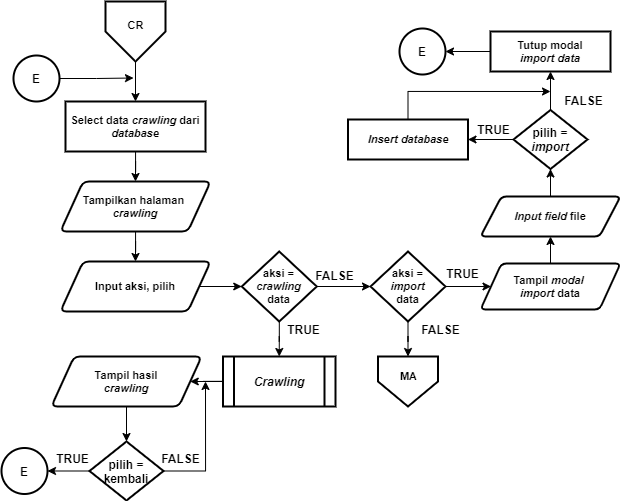
muspriandi/TextMining-SentimentAnalysis keeps this draw.io diagram as Dokumen TA/Paper/Flowchart/M8. Flowchart menu crawling.png. Above is the earlier version. Source tidied: cells renumbered, new cells last; positions are measured from the earlier drawing's top-left corner, leaving out a move shared by most shapes. Source of this version:
```xml
<mxGraphModel>
  <root>
    <mxCell id="0" />
    <mxCell id="1" parent="0" />
    <mxCell id="2" style="edgeStyle=orthogonalEdgeStyle;rounded=0;orthogonalLoop=1;jettySize=auto;html=1;entryX=0.5;entryY=0;entryDx=0;entryDy=0;entryPerimeter=0;fontSize=12;" parent="1" edge="1">
      <mxGeometry relative="1" as="geometry">
        <mxPoint x="649" y="530" as="sourcePoint" />
        <Array as="points">
          <mxPoint x="649" y="570" />
          <mxPoint x="749" y="570" />
          <mxPoint x="749" y="230" />
          <mxPoint x="849" y="230" />
        </Array>
      </mxGeometry>
    </mxCell>
    <mxCell id="3" style="edgeStyle=orthogonalEdgeStyle;rounded=0;orthogonalLoop=1;jettySize=auto;html=1;entryX=0.5;entryY=0;entryDx=0;entryDy=0;entryPerimeter=0;fontSize=12;" parent="1" edge="1">
      <mxGeometry relative="1" as="geometry">
        <mxPoint x="629" y="500" as="sourcePoint" />
        <Array as="points">
          <mxPoint x="629" y="540" />
          <mxPoint x="729" y="540" />
          <mxPoint x="729" y="200" />
          <mxPoint x="829" y="200" />
        </Array>
      </mxGeometry>
    </mxCell>
    <mxCell id="4" style="edgeStyle=orthogonalEdgeStyle;rounded=0;jettySize=auto;html=1;entryX=0.5;entryY=0;entryDx=0;entryDy=0;fontSize=11;" parent="1" edge="1" source="5" target="10">
      <mxGeometry relative="1" as="geometry" />
    </mxCell>
    <mxCell id="5" style="verticalLabelPosition=bottom;verticalAlign=top;html=1;shape=offPageConnector;rounded=0;size=0.5;fontStyle=0;strokeWidth=2;" parent="1" vertex="1">
      <mxGeometry x="104" width="60" height="60" as="geometry" />
    </mxCell>
    <mxCell id="6" value="CR" style="text;html=1;align=center;verticalAlign=middle;fontSize=11;fontStyle=1;" parent="1" vertex="1">
      <mxGeometry x="119" y="14" width="30" height="20" as="geometry" />
    </mxCell>
    <mxCell id="7" style="edgeStyle=orthogonalEdgeStyle;rounded=0;jettySize=auto;html=1;entryX=0.5;entryY=0;entryDx=0;entryDy=0;" parent="1" edge="1" source="8" target="14">
      <mxGeometry relative="1" as="geometry" />
    </mxCell>
    <mxCell id="8" value="&lt;b&gt;Tampilkan halaman &lt;br&gt;&lt;i&gt;crawling&lt;/i&gt;&lt;/b&gt;" style="shape=parallelogram;html=1;strokeWidth=2;perimeter=parallelogramPerimeter;whiteSpace=wrap;rounded=1;arcSize=12;size=0.15000000000000002;fontSize=11;" parent="1" vertex="1">
      <mxGeometry x="59" y="180" width="150" height="50" as="geometry" />
    </mxCell>
    <mxCell id="9" style="edgeStyle=orthogonalEdgeStyle;rounded=0;jettySize=auto;html=1;entryX=0.5;entryY=0;entryDx=0;entryDy=0;fontSize=11;" parent="1" edge="1" source="10" target="8">
      <mxGeometry relative="1" as="geometry" />
    </mxCell>
    <mxCell id="10" value="Select data &lt;i&gt;crawling &lt;/i&gt;dari &lt;i&gt;database&lt;/i&gt;" style="rounded=1;whiteSpace=wrap;html=1;absoluteArcSize=1;arcSize=0;strokeWidth=2;fontSize=11;fontStyle=1;" parent="1" vertex="1">
      <mxGeometry x="64" y="100" width="140" height="50" as="geometry" />
    </mxCell>
    <mxCell id="11" style="verticalLabelPosition=bottom;verticalAlign=top;html=1;shape=offPageConnector;rounded=0;size=0.5;fontStyle=0;strokeWidth=2;" parent="1" vertex="1">
      <mxGeometry x="376.5" y="355" width="60" height="50" as="geometry" />
    </mxCell>
    <mxCell id="12" value="MA" style="text;html=1;align=center;verticalAlign=middle;fontSize=11;fontStyle=1;" parent="1" vertex="1">
      <mxGeometry x="391.5" y="365" width="30" height="20" as="geometry" />
    </mxCell>
    <mxCell id="13" style="edgeStyle=orthogonalEdgeStyle;rounded=0;jettySize=auto;html=1;entryX=0;entryY=0.5;entryDx=0;entryDy=0;fontSize=11;" parent="1" edge="1" source="14" target="17">
      <mxGeometry relative="1" as="geometry" />
    </mxCell>
    <mxCell id="14" value="&lt;b&gt;Input aksi, pilih&lt;/b&gt;" style="shape=parallelogram;html=1;strokeWidth=2;perimeter=parallelogramPerimeter;whiteSpace=wrap;rounded=1;arcSize=12;size=0.15000000000000002;fontSize=11;" parent="1" vertex="1">
      <mxGeometry x="59" y="260" width="150" height="50" as="geometry" />
    </mxCell>
    <mxCell id="15" style="edgeStyle=orthogonalEdgeStyle;rounded=0;jettySize=auto;html=1;entryX=0.5;entryY=0;entryDx=0;entryDy=0;fontSize=11;" parent="1" edge="1" source="17" target="19">
      <mxGeometry relative="1" as="geometry" />
    </mxCell>
    <mxCell id="16" style="edgeStyle=orthogonalEdgeStyle;rounded=0;jettySize=auto;html=1;entryX=0;entryY=0.5;entryDx=0;entryDy=0;fontSize=11;" parent="1" edge="1" source="17" target="22">
      <mxGeometry relative="1" as="geometry" />
    </mxCell>
    <mxCell id="17" value="&lt;b style=&quot;font-size: 11px&quot;&gt;&lt;font style=&quot;font-size: 11px&quot;&gt;aksi = &lt;i&gt;crawling&lt;/i&gt;&lt;br style=&quot;font-size: 11px&quot;&gt;data&lt;/font&gt;&lt;/b&gt;" style="rhombus;whiteSpace=wrap;html=1;strokeWidth=2;fontSize=11;" parent="1" vertex="1">
      <mxGeometry x="240.2" y="250" width="75" height="70" as="geometry" />
    </mxCell>
    <mxCell id="18" style="edgeStyle=orthogonalEdgeStyle;rounded=0;jettySize=auto;html=1;entryX=1;entryY=0.5;entryDx=0;entryDy=0;fontSize=11;" parent="1" edge="1" source="19" target="45">
      <mxGeometry relative="1" as="geometry" />
    </mxCell>
    <mxCell id="19" value="&lt;i&gt;&lt;b&gt;&lt;font style=&quot;font-size: 12px&quot;&gt;Crawling&lt;/font&gt;&lt;/b&gt;&lt;/i&gt;" style="shape=process;whiteSpace=wrap;html=1;backgroundOutline=1;strokeWidth=2;fontSize=11;" parent="1" vertex="1">
      <mxGeometry x="221.5" y="355" width="112.5" height="50" as="geometry" />
    </mxCell>
    <mxCell id="20" style="edgeStyle=orthogonalEdgeStyle;rounded=0;jettySize=auto;html=1;entryX=0.5;entryY=0;entryDx=0;entryDy=0;fontSize=11;" parent="1" edge="1" source="22" target="11">
      <mxGeometry relative="1" as="geometry" />
    </mxCell>
    <mxCell id="21" style="edgeStyle=orthogonalEdgeStyle;rounded=0;jettySize=auto;html=1;entryX=0;entryY=0.5;entryDx=0;entryDy=0;fontSize=11;" parent="1" edge="1" source="22" target="24">
      <mxGeometry relative="1" as="geometry" />
    </mxCell>
    <mxCell id="22" value="&lt;b style=&quot;font-size: 11px&quot;&gt;&lt;font style=&quot;font-size: 11px&quot;&gt;aksi =&lt;br&gt;&lt;i&gt;import&lt;/i&gt;&lt;br style=&quot;font-size: 11px&quot;&gt;data&lt;/font&gt;&lt;/b&gt;" style="rhombus;whiteSpace=wrap;html=1;strokeWidth=2;fontSize=11;" parent="1" vertex="1">
      <mxGeometry x="369" y="250" width="75" height="70" as="geometry" />
    </mxCell>
    <mxCell id="23" style="edgeStyle=orthogonalEdgeStyle;rounded=0;jettySize=auto;html=1;" parent="1" edge="1" source="24" target="26">
      <mxGeometry relative="1" as="geometry" />
    </mxCell>
    <mxCell id="24" value="&lt;b&gt;Tampil &lt;i&gt;modal&lt;/i&gt; &lt;br&gt;&lt;i&gt;import&lt;/i&gt; data&lt;/b&gt;" style="shape=parallelogram;html=1;strokeWidth=2;perimeter=parallelogramPerimeter;whiteSpace=wrap;rounded=1;arcSize=10;size=0.15000000000000002;fontSize=11;" parent="1" vertex="1">
      <mxGeometry x="479" y="262" width="140" height="46" as="geometry" />
    </mxCell>
    <mxCell id="25" style="edgeStyle=orthogonalEdgeStyle;rounded=0;jettySize=auto;html=1;entryX=0.5;entryY=1;entryDx=0;entryDy=0;" parent="1" edge="1" source="26" target="29">
      <mxGeometry relative="1" as="geometry" />
    </mxCell>
    <mxCell id="26" value="&lt;b&gt;&lt;i&gt;Input field&lt;/i&gt;&amp;nbsp;file&lt;/b&gt;" style="shape=parallelogram;html=1;strokeWidth=2;perimeter=parallelogramPerimeter;whiteSpace=wrap;rounded=1;arcSize=10;size=0.15000000000000002;fontSize=11;" parent="1" vertex="1">
      <mxGeometry x="479" y="195" width="140" height="40" as="geometry" />
    </mxCell>
    <mxCell id="27" style="edgeStyle=orthogonalEdgeStyle;rounded=0;jettySize=auto;html=1;entryX=0.5;entryY=1;entryDx=0;entryDy=0;" parent="1" edge="1" source="29" target="33">
      <mxGeometry relative="1" as="geometry" />
    </mxCell>
    <mxCell id="28" style="edgeStyle=orthogonalEdgeStyle;rounded=0;jettySize=auto;html=1;entryX=1;entryY=0.5;entryDx=0;entryDy=0;fontSize=11;" parent="1" edge="1" source="29" target="31">
      <mxGeometry relative="1" as="geometry" />
    </mxCell>
    <mxCell id="29" value="&lt;b&gt;&lt;font style=&quot;font-size: 12px&quot;&gt;pilih = &lt;i&gt;import&lt;/i&gt;&lt;/font&gt;&lt;/b&gt;" style="rhombus;whiteSpace=wrap;html=1;strokeWidth=2;" parent="1" vertex="1">
      <mxGeometry x="512" y="108.5" width="74" height="59" as="geometry" />
    </mxCell>
    <mxCell id="30" style="edgeStyle=orthogonalEdgeStyle;rounded=0;jettySize=auto;html=1;fontSize=11;exitX=0.5;exitY=0;exitDx=0;exitDy=0;" parent="1" edge="1" source="31">
      <mxGeometry relative="1" as="geometry">
        <mxPoint x="549" y="90" as="targetPoint" />
        <Array as="points">
          <mxPoint x="407" y="90" />
        </Array>
      </mxGeometry>
    </mxCell>
    <mxCell id="31" value="&lt;i&gt;Insert database&lt;/i&gt;" style="rounded=1;whiteSpace=wrap;html=1;absoluteArcSize=1;arcSize=0;strokeWidth=2;fontSize=11;fontStyle=1;" parent="1" vertex="1">
      <mxGeometry x="346.5" y="118" width="120" height="40" as="geometry" />
    </mxCell>
    <mxCell id="32" style="edgeStyle=orthogonalEdgeStyle;rounded=0;jettySize=auto;html=1;entryX=1;entryY=0.5;entryDx=0;entryDy=0;fontSize=11;" parent="1" edge="1" source="33" target="34">
      <mxGeometry relative="1" as="geometry" />
    </mxCell>
    <mxCell id="33" value="Tutup modal&lt;br&gt;&lt;i&gt;import data&lt;/i&gt;" style="rounded=1;whiteSpace=wrap;html=1;absoluteArcSize=1;arcSize=0;strokeWidth=2;fontSize=11;fontStyle=1;" parent="1" vertex="1">
      <mxGeometry x="489" y="30" width="120" height="40" as="geometry" />
    </mxCell>
    <mxCell id="34" value="E" style="ellipse;whiteSpace=wrap;html=1;strokeWidth=2;fontStyle=1;" parent="1" vertex="1">
      <mxGeometry x="398" y="27" width="46" height="46" as="geometry" />
    </mxCell>
    <mxCell id="35" value="&lt;b&gt;FALSE&lt;/b&gt;" style="text;html=1;align=center;verticalAlign=middle;" parent="1" vertex="1">
      <mxGeometry x="557" y="88.5" width="50" height="20" as="geometry" />
    </mxCell>
    <mxCell id="36" value="&lt;b&gt;FALSE&lt;/b&gt;" style="text;html=1;align=center;verticalAlign=middle;" parent="1" vertex="1">
      <mxGeometry x="308" y="264" width="50" height="20" as="geometry" />
    </mxCell>
    <mxCell id="37" value="&lt;b&gt;TRUE&lt;/b&gt;" style="text;html=1;align=center;verticalAlign=middle;" parent="1" vertex="1">
      <mxGeometry x="277" y="318" width="50" height="20" as="geometry" />
    </mxCell>
    <mxCell id="38" value="&lt;b&gt;TRUE&lt;/b&gt;" style="text;html=1;align=center;verticalAlign=middle;" parent="1" vertex="1">
      <mxGeometry x="466.5" y="118" width="50" height="20" as="geometry" />
    </mxCell>
    <mxCell id="39" style="edgeStyle=orthogonalEdgeStyle;rounded=0;jettySize=auto;html=1;fontSize=11;" parent="1" edge="1" source="40">
      <mxGeometry relative="1" as="geometry">
        <mxPoint x="132" y="76.5" as="targetPoint" />
      </mxGeometry>
    </mxCell>
    <mxCell id="40" value="E" style="ellipse;whiteSpace=wrap;html=1;strokeWidth=2;fontStyle=1;" parent="1" vertex="1">
      <mxGeometry x="12" y="54" width="46" height="46" as="geometry" />
    </mxCell>
    <mxCell id="41" value="E" style="ellipse;whiteSpace=wrap;html=1;strokeWidth=2;fontStyle=1;" parent="1" vertex="1">
      <mxGeometry y="446.5" width="46" height="46" as="geometry" />
    </mxCell>
    <mxCell id="42" value="&lt;b&gt;TRUE&lt;/b&gt;" style="text;html=1;align=center;verticalAlign=middle;" parent="1" vertex="1">
      <mxGeometry x="435.5" y="262" width="50" height="20" as="geometry" />
    </mxCell>
    <mxCell id="43" value="&lt;b&gt;FALSE&lt;/b&gt;" style="text;html=1;align=center;verticalAlign=middle;" parent="1" vertex="1">
      <mxGeometry x="414" y="318" width="50" height="20" as="geometry" />
    </mxCell>
    <mxCell id="44" style="edgeStyle=orthogonalEdgeStyle;rounded=0;jettySize=auto;html=1;entryX=0.5;entryY=0;entryDx=0;entryDy=0;fontSize=11;" parent="1" edge="1" source="45" target="48">
      <mxGeometry relative="1" as="geometry" />
    </mxCell>
    <mxCell id="45" value="&lt;b&gt;Tampil hasil&lt;br&gt;&lt;i&gt;crawling&lt;/i&gt;&lt;/b&gt;" style="shape=parallelogram;html=1;strokeWidth=2;perimeter=parallelogramPerimeter;whiteSpace=wrap;rounded=1;arcSize=12;size=0.15000000000000002;fontSize=11;" parent="1" vertex="1">
      <mxGeometry x="50" y="355" width="150" height="50" as="geometry" />
    </mxCell>
    <mxCell id="46" style="edgeStyle=orthogonalEdgeStyle;rounded=0;jettySize=auto;html=1;fontSize=11;" parent="1" edge="1" source="48" target="41">
      <mxGeometry relative="1" as="geometry" />
    </mxCell>
    <mxCell id="47" style="edgeStyle=orthogonalEdgeStyle;rounded=0;jettySize=auto;html=1;fontSize=11;" parent="1" edge="1" source="48">
      <mxGeometry relative="1" as="geometry">
        <mxPoint x="204" y="380" as="targetPoint" />
      </mxGeometry>
    </mxCell>
    <mxCell id="48" value="&lt;b&gt;&lt;font style=&quot;font-size: 12px&quot;&gt;pilih = kembali&lt;/font&gt;&lt;/b&gt;" style="rhombus;whiteSpace=wrap;html=1;strokeWidth=2;" parent="1" vertex="1">
      <mxGeometry x="88" y="440" width="74" height="59" as="geometry" />
    </mxCell>
    <mxCell id="49" value="&lt;b&gt;TRUE&lt;/b&gt;" style="text;html=1;align=center;verticalAlign=middle;" parent="1" vertex="1">
      <mxGeometry x="46" y="446.5" width="50" height="20" as="geometry" />
    </mxCell>
    <mxCell id="50" value="&lt;b&gt;FALSE&lt;/b&gt;" style="text;html=1;align=center;verticalAlign=middle;" parent="1" vertex="1">
      <mxGeometry x="154" y="446.5" width="50" height="20" as="geometry" />
    </mxCell>
  </root>
</mxGraphModel>
```
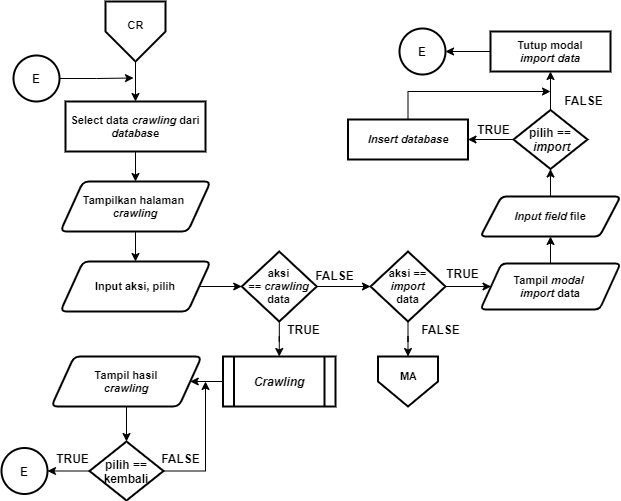
After the change.

The edit, as a diff of the source:
```diff
@@ -63,7 +63,7 @@
     <mxCell id="16" style="edgeStyle=orthogonalEdgeStyle;rounded=0;jettySize=auto;html=1;entryX=0;entryY=0.5;entryDx=0;entryDy=0;fontSize=11;" parent="1" edge="1" source="17" target="22">
       <mxGeometry relative="1" as="geometry" />
     </mxCell>
-    <mxCell id="17" value="&lt;b style=&quot;font-size: 11px&quot;&gt;&lt;font style=&quot;font-size: 11px&quot;&gt;aksi = &lt;i&gt;crawling&lt;/i&gt;&lt;br style=&quot;font-size: 11px&quot;&gt;data&lt;/font&gt;&lt;/b&gt;" style="rhombus;whiteSpace=wrap;html=1;strokeWidth=2;fontSize=11;" parent="1" vertex="1">
+    <mxCell id="17" value="&lt;b style=&quot;font-size: 11px&quot;&gt;&lt;font style=&quot;font-size: 11px&quot;&gt;aksi ==&amp;nbsp;&lt;i&gt;crawling&lt;/i&gt;&lt;br style=&quot;font-size: 11px&quot;&gt;data&lt;/font&gt;&lt;/b&gt;" style="rhombus;whiteSpace=wrap;html=1;strokeWidth=2;fontSize=11;" parent="1" vertex="1">
       <mxGeometry x="240.2" y="250" width="75" height="70" as="geometry" />
     </mxCell>
     <mxCell id="18" style="edgeStyle=orthogonalEdgeStyle;rounded=0;jettySize=auto;html=1;entryX=1;entryY=0.5;entryDx=0;entryDy=0;fontSize=11;" parent="1" edge="1" source="19" target="45">
@@ -78,7 +78,7 @@
     <mxCell id="21" style="edgeStyle=orthogonalEdgeStyle;rounded=0;jettySize=auto;html=1;entryX=0;entryY=0.5;entryDx=0;entryDy=0;fontSize=11;" parent="1" edge="1" source="22" target="24">
       <mxGeometry relative="1" as="geometry" />
     </mxCell>
-    <mxCell id="22" value="&lt;b style=&quot;font-size: 11px&quot;&gt;&lt;font style=&quot;font-size: 11px&quot;&gt;aksi =&lt;br&gt;&lt;i&gt;import&lt;/i&gt;&lt;br style=&quot;font-size: 11px&quot;&gt;data&lt;/font&gt;&lt;/b&gt;" style="rhombus;whiteSpace=wrap;html=1;strokeWidth=2;fontSize=11;" parent="1" vertex="1">
+    <mxCell id="22" value="&lt;b style=&quot;font-size: 11px&quot;&gt;&lt;font style=&quot;font-size: 11px&quot;&gt;aksi ==&lt;br&gt;&lt;i&gt;import&lt;/i&gt;&lt;br style=&quot;font-size: 11px&quot;&gt;data&lt;/font&gt;&lt;/b&gt;" style="rhombus;whiteSpace=wrap;html=1;strokeWidth=2;fontSize=11;" parent="1" vertex="1">
       <mxGeometry x="369" y="250" width="75" height="70" as="geometry" />
     </mxCell>
     <mxCell id="23" style="edgeStyle=orthogonalEdgeStyle;rounded=0;jettySize=auto;html=1;" parent="1" edge="1" source="24" target="26">
@@ -99,7 +99,7 @@
     <mxCell id="28" style="edgeStyle=orthogonalEdgeStyle;rounded=0;jettySize=auto;html=1;entryX=1;entryY=0.5;entryDx=0;entryDy=0;fontSize=11;" parent="1" edge="1" source="29" target="31">
       <mxGeometry relative="1" as="geometry" />
     </mxCell>
-    <mxCell id="29" value="&lt;b&gt;&lt;font style=&quot;font-size: 12px&quot;&gt;pilih = &lt;i&gt;import&lt;/i&gt;&lt;/font&gt;&lt;/b&gt;" style="rhombus;whiteSpace=wrap;html=1;strokeWidth=2;" parent="1" vertex="1">
+    <mxCell id="29" value="&lt;b&gt;&lt;font style=&quot;font-size: 12px&quot;&gt;pilih ==&lt;br&gt;&amp;nbsp;&lt;i&gt;import&lt;/i&gt;&lt;/font&gt;&lt;/b&gt;" style="rhombus;whiteSpace=wrap;html=1;strokeWidth=2;" parent="1" vertex="1">
       <mxGeometry x="512" y="108.5" width="74" height="59" as="geometry" />
     </mxCell>
     <mxCell id="30" style="edgeStyle=orthogonalEdgeStyle;rounded=0;jettySize=auto;html=1;fontSize=11;exitX=0.5;exitY=0;exitDx=0;exitDy=0;" parent="1" edge="1" source="31">
@@ -165,7 +165,7 @@
         <mxPoint x="204" y="380" as="targetPoint" />
       </mxGeometry>
     </mxCell>
-    <mxCell id="48" value="&lt;b&gt;&lt;font style=&quot;font-size: 12px&quot;&gt;pilih = kembali&lt;/font&gt;&lt;/b&gt;" style="rhombus;whiteSpace=wrap;html=1;strokeWidth=2;" parent="1" vertex="1">
+    <mxCell id="48" value="&lt;b&gt;&lt;font style=&quot;font-size: 12px&quot;&gt;pilih == kembali&lt;/font&gt;&lt;/b&gt;" style="rhombus;whiteSpace=wrap;html=1;strokeWidth=2;" parent="1" vertex="1">
       <mxGeometry x="88" y="440" width="74" height="59" as="geometry" />
     </mxCell>
     <mxCell id="49" value="&lt;b&gt;TRUE&lt;/b&gt;" style="text;html=1;align=center;verticalAlign=middle;" parent="1" vertex="1">
```
